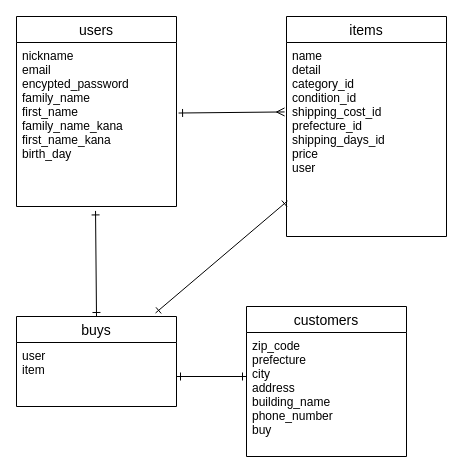
Above: app/views/test.dio in maron75/furima-37920 (draw.io), before the change. Source tidied: cells renumbered, new cells numbered last; positions are measured from the earlier drawing's top-left corner, leaving out a move shared by most shapes. Both pictures are drawn from the tidied source at 100%, with x=0, y=0 at pixel (16, 16).
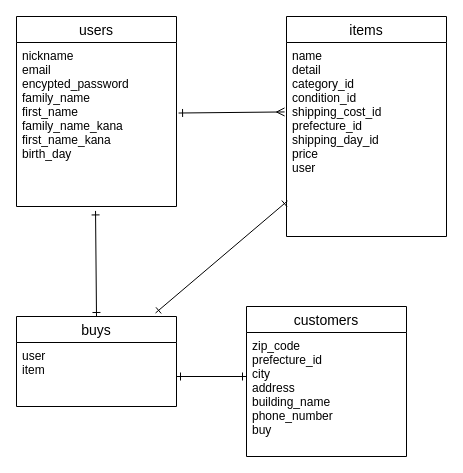
The same page after the edit.

Change to the diagram source:
```diff
@@
 <mxGraphModel>
   <root>
     <mxCell id="0" />
     <mxCell id="1" parent="0" />
     <mxCell id="2" value="users" style="swimlane;fontStyle=0;horizontal=1;startSize=26;align=center;fontSize=14;" parent="1" vertex="1">
       <mxGeometry width="160" height="190" as="geometry" />
     </mxCell>
     <mxCell id="3" value="nickname&#10;email&#10;encypted_password&#10;family_name&#10;first_name&#10;family_name_kana&#10;first_name_kana&#10;birth_day&#10;" style="text;strokeColor=none;fillColor=none;spacingLeft=4;spacingRight=4;overflow=hidden;points=[[0,0.5],[1,0.5]];portConstraint=eastwest;fontSize=12;" parent="2" vertex="1">
       <mxGeometry y="26" width="160" height="164" as="geometry" />
     </mxCell>
     <mxCell id="4" value="items" style="swimlane;fontStyle=0;horizontal=1;startSize=26;align=center;fontSize=14;" parent="1" vertex="1">
       <mxGeometry x="270" width="160" height="220" as="geometry" />
     </mxCell>
-    <mxCell id="5" value="name&#10;detail&#10;category_id&#10;condition_id&#10;shipping_cost_id&#10;prefecture_id&#10;shipping_days_id&#10;price&#10;user&#10;" style="text;strokeColor=none;fillColor=none;spacingLeft=4;spacingRight=4;overflow=hidden;points=[[0,0.5],[1,0.5]];portConstraint=eastwest;fontSize=12;" parent="4" vertex="1">
+    <mxCell id="5" value="name&#10;detail&#10;category_id&#10;condition_id&#10;shipping_cost_id&#10;prefecture_id&#10;shipping_day_id&#10;price&#10;user&#10;" style="text;strokeColor=none;fillColor=none;spacingLeft=4;spacingRight=4;overflow=hidden;points=[[0,0.5],[1,0.5]];portConstraint=eastwest;fontSize=12;" parent="4" vertex="1">
       <mxGeometry y="26" width="160" height="194" as="geometry" />
     </mxCell>
     <mxCell id="6" value="buys" style="swimlane;fontStyle=0;horizontal=1;startSize=26;align=center;fontSize=14;" parent="1" vertex="1">
       <mxGeometry y="300" width="160" height="90" as="geometry" />
     </mxCell>
     <mxCell id="7" value="user&#10;item" style="text;strokeColor=none;fillColor=none;spacingLeft=4;spacingRight=4;overflow=hidden;fontSize=12;" parent="6" vertex="1">
       <mxGeometry y="26" width="160" height="64" as="geometry" />
     </mxCell>
     <mxCell id="8" style="endArrow=ERone;html=1;rounded=0;strokeColor=default;entryX=0.5;entryY=0;entryDx=0;entryDy=0;exitX=0.494;exitY=1.027;exitDx=0;exitDy=0;exitPerimeter=0;startArrow=ERone;startFill=0;endFill=0;" parent="1" edge="1" source="3" target="6">
       <mxGeometry relative="1" as="geometry" />
     </mxCell>
     <mxCell id="9" value="customers" style="swimlane;fontStyle=0;horizontal=1;startSize=26;align=center;fontSize=14;" parent="1" vertex="1">
       <mxGeometry x="230" y="290" width="160" height="150" as="geometry" />
     </mxCell>
-    <mxCell id="10" value="zip_code&#10;prefecture&#10;city&#10;address&#10;building_name&#10;phone_number&#10;buy&#10;" style="text;strokeColor=none;fillColor=none;spacingLeft=4;spacingRight=4;overflow=hidden;fontSize=12;" parent="1" vertex="1">
+    <mxCell id="10" value="zip_code&#10;prefecture_id&#10;city&#10;address&#10;building_name&#10;phone_number&#10;buy&#10;" style="text;strokeColor=none;fillColor=none;spacingLeft=4;spacingRight=4;overflow=hidden;fontSize=12;" parent="1" vertex="1">
       <mxGeometry x="230" y="316" width="160" height="114" as="geometry" />
     </mxCell>
     <mxCell id="11" style="endArrow=ERone;html=1;rounded=0;endFill=0;startArrow=ERone;startFill=0;" parent="1" edge="1">
       <mxGeometry relative="1" as="geometry">
         <mxPoint x="160" y="360" as="sourcePoint" />
         <mxPoint x="230" y="360" as="targetPoint" />
       </mxGeometry>
     </mxCell>
     <mxCell id="12" style="endArrow=ERone;html=1;rounded=0;exitX=0.869;exitY=-0.039;exitDx=0;exitDy=0;exitPerimeter=0;entryX=0.006;entryY=0.817;entryDx=0;entryDy=0;entryPerimeter=0;endFill=0;startArrow=ERone;startFill=0;" parent="1" edge="1" source="6" target="5">
       <mxGeometry relative="1" as="geometry" />
     </mxCell>
     <mxCell id="13" style="endArrow=ERmany;html=1;rounded=0;exitX=1.013;exitY=0.43;exitDx=0;exitDy=0;exitPerimeter=0;entryX=-0.012;entryY=0.358;entryDx=0;entryDy=0;entryPerimeter=0;endFill=0;startArrow=ERone;startFill=0;" parent="1" edge="1" source="3" target="5">
       <mxGeometry relative="1" as="geometry" />
     </mxCell>
   </root>
 </mxGraphModel>
```
